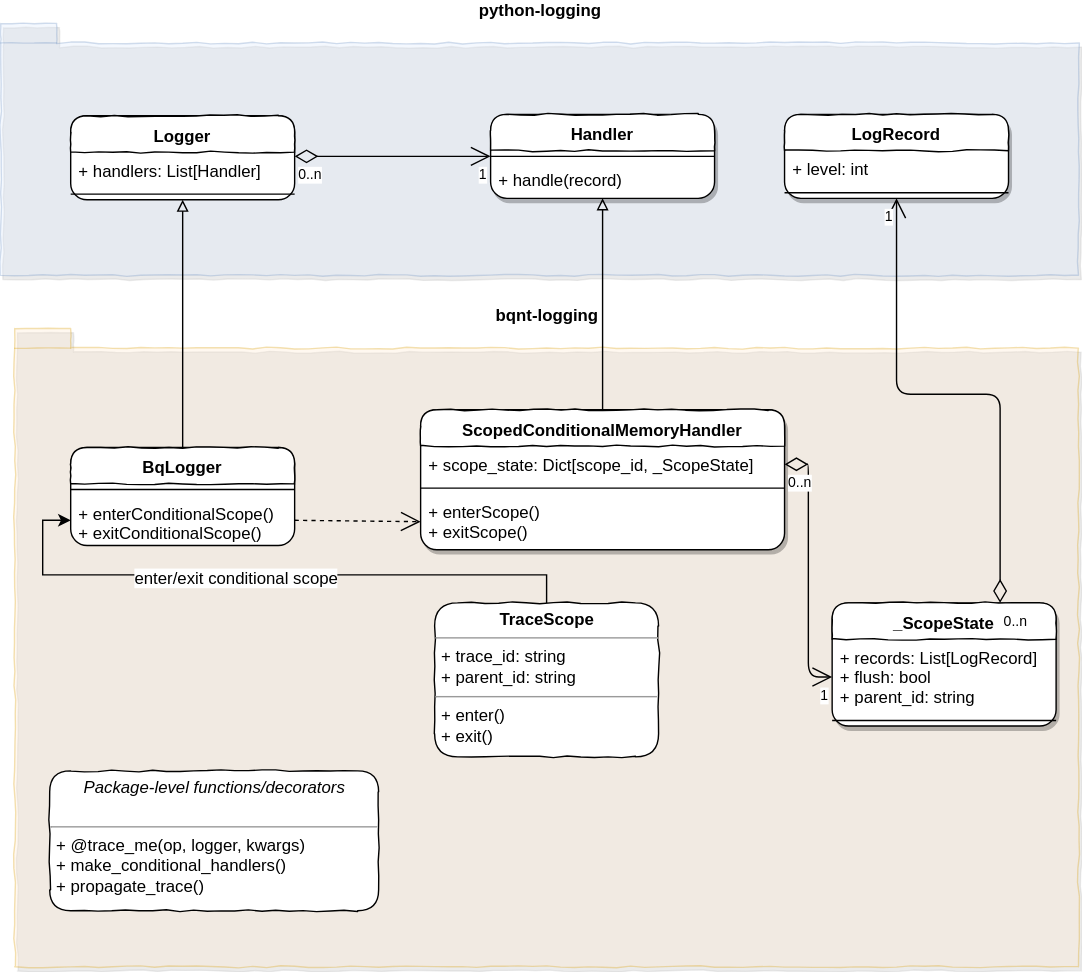
Earlier version of the draw.io export logging_classes.svg (shevelevs/misc). Source tidied: cells renumbered, new cells last; positions are measured from the earlier drawing's top-left corner, leaving out a move shared by most shapes.
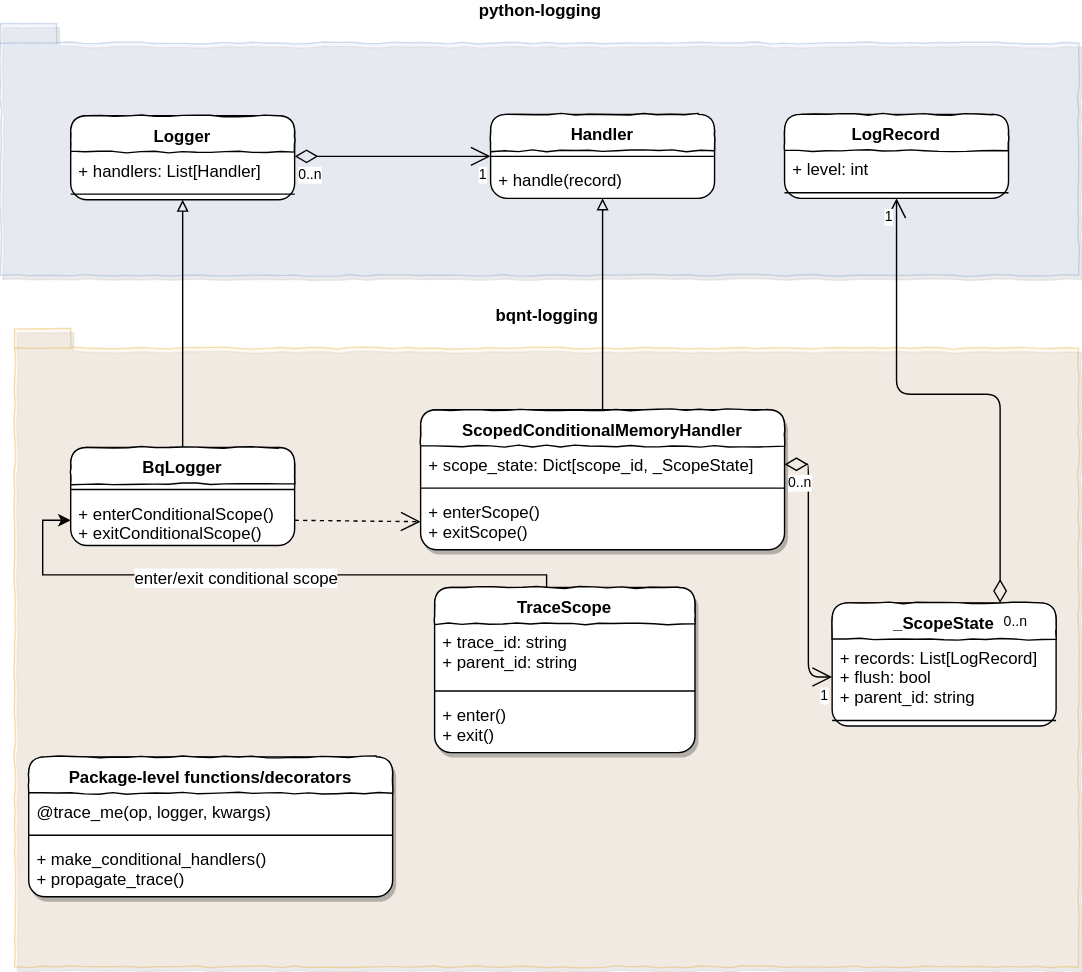
Later version of the same file.

Diff of the diagram source:
```diff
@@ -44,7 +44,7 @@
     <mxCell id="15" value="+ enterScope()&#10;+ exitScope()" style="text;strokeColor=none;fillColor=none;align=left;verticalAlign=top;spacingLeft=4;spacingRight=4;overflow=hidden;points=[[0,0.5],[1,0.5]];portConstraint=eastwest;" parent="12" vertex="1">
       <mxGeometry y="60" width="260" height="40" as="geometry" />
     </mxCell>
-    <mxCell id="16" value="Handler" style="swimlane;fontStyle=1;align=center;verticalAlign=top;horizontal=1;startSize=26;swimlaneFillColor=#ffffff;shadow=1;comic=1;rounded=1;" parent="1" vertex="1">
+    <mxCell id="16" value="Handler" style="swimlane;fontStyle=1;align=center;verticalAlign=top;horizontal=1;startSize=26;swimlaneFillColor=#ffffff;shadow=0;comic=1;rounded=1;" parent="1" vertex="1">
       <mxGeometry x="350" y="65" width="160" height="60" as="geometry" />
     </mxCell>
     <mxCell id="17" style="line;strokeWidth=1;fillColor=none;align=left;verticalAlign=middle;spacingTop=-1;spacingLeft=3;spacingRight=3;labelPosition=right;" parent="16" vertex="1">
@@ -65,7 +65,7 @@
     <mxCell id="22" style="endArrow=open;endSize=12;dashed=1;html=1;entryX=0;entryY=0.5;exitX=1;exitY=0.5;" parent="1" edge="1" source="7" target="15">
       <mxGeometry relative="1" as="geometry" />
     </mxCell>
-    <mxCell id="23" value="_ScopeState" style="swimlane;fontStyle=1;align=center;verticalAlign=top;horizontal=1;startSize=26;swimlaneFillColor=#ffffff;rounded=1;shadow=1;glass=0;comic=1;" parent="1" vertex="1">
+    <mxCell id="23" value="_ScopeState" style="swimlane;fontStyle=1;align=center;verticalAlign=top;horizontal=1;startSize=26;swimlaneFillColor=#ffffff;rounded=1;shadow=0;glass=0;comic=1;" parent="1" vertex="1">
       <mxGeometry x="594" y="414" width="160" height="88" as="geometry" />
     </mxCell>
     <mxCell id="24" value="+ records: List[LogRecord]&#10;+ flush: bool&#10;+ parent_id: string" style="text;strokeColor=none;fillColor=none;align=left;verticalAlign=top;spacingLeft=4;spacingRight=4;overflow=hidden;points=[[0,0.5],[1,0.5]];portConstraint=eastwest;" parent="23" vertex="1">
@@ -83,16 +83,20 @@
     <mxCell id="28" value="1" style="html=1;align=right;verticalAlign=top;labelBackgroundColor=#ffffff;fontSize=10;" parent="26" vertex="1">
       <mxGeometry x="1" relative="1" as="geometry" />
     </mxCell>
-    <mxCell id="29" style="edgeStyle=orthogonalEdgeStyle;rounded=0;comic=0;html=1;exitX=0.5;exitY=0;entryX=0;entryY=0.5;endArrow=classic;endFill=1;jettySize=auto;" parent="1" edge="1" source="31" target="7">
-      <mxGeometry relative="1" as="geometry" />
+    <mxCell id="29" style="edgeStyle=orthogonalEdgeStyle;rounded=0;comic=0;html=1;exitX=0.5;exitY=0;entryX=0;entryY=0.5;endArrow=classic;endFill=1;jettySize=auto;" parent="1" edge="1" target="7">
+      <mxGeometry relative="1" as="geometry">
+        <mxPoint x="390" y="414" as="sourcePoint" />
+      </mxGeometry>
     </mxCell>
     <mxCell id="30" value="enter/exit conditional scope" style="text;html=1;align=center;verticalAlign=middle;labelBackgroundColor=#ffffff;" parent="29" vertex="1">
       <mxGeometry x="0.1" y="1" relative="1" as="geometry" />
     </mxCell>
-    <mxCell id="31" value="&lt;p style=&quot;margin: 0px ; margin-top: 4px ; text-align: center&quot;&gt;&lt;b&gt;TraceScope&lt;/b&gt;&lt;/p&gt;&lt;hr size=&quot;1&quot;&gt;&lt;p style=&quot;margin: 0px ; margin-left: 4px&quot;&gt;+ trace_id: string&lt;br&gt;+ parent_id: string&lt;/p&gt;&lt;hr size=&quot;1&quot;&gt;&lt;p style=&quot;margin: 0px ; margin-left: 4px&quot;&gt;+ enter()&lt;br&gt;+ exit()&lt;/p&gt;" style="verticalAlign=top;align=left;overflow=fill;fontSize=12;fontFamily=Helvetica;html=1;rounded=1;shadow=0;glass=0;comic=1;" parent="1" vertex="1">
-      <mxGeometry x="310" y="414" width="160" height="110" as="geometry" />
-    </mxCell>
+    <mxCell id="39" style="edgeStyle=orthogonalEdgeStyle;rounded=0;comic=0;html=1;exitX=0.5;exitY=0;entryX=0.5;entryY=0;endArrow=classic;endFill=1;jettySize=auto;" parent="1" edge="1" target="44">
+      <mxGeometry relative="1" as="geometry">
+        <mxPoint x="390" y="414" as="sourcePoint" />
+      </mxGeometry>
+    </mxCell>
-    <mxCell id="32" value="LogRecord" style="swimlane;fontStyle=1;align=center;verticalAlign=top;horizontal=1;startSize=26;swimlaneFillColor=#ffffff;rounded=1;shadow=1;glass=0;comic=1;" parent="1" vertex="1">
+    <mxCell id="32" value="LogRecord" style="swimlane;fontStyle=1;align=center;verticalAlign=top;horizontal=1;startSize=26;swimlaneFillColor=#ffffff;rounded=1;shadow=0;glass=0;comic=1;" parent="1" vertex="1">
       <mxGeometry x="560" y="65" width="160" height="60" as="geometry" />
     </mxCell>
     <mxCell id="33" value="+ level: int" style="text;strokeColor=none;fillColor=none;align=left;verticalAlign=top;spacingLeft=4;spacingRight=4;overflow=hidden;" parent="32" vertex="1">
@@ -115,8 +119,29 @@
     <mxCell id="37" value="1" style="html=1;align=right;verticalAlign=top;labelBackgroundColor=#ffffff;fontSize=10;" parent="35" vertex="1">
       <mxGeometry x="1" relative="1" as="geometry" />
     </mxCell>
-    <mxCell id="38" value="&lt;p style=&quot;margin: 0px ; margin-top: 4px ; text-align: center&quot;&gt;&lt;i&gt;Package-level functions/decorators&lt;/i&gt;&lt;/p&gt;&lt;br&gt;&lt;hr size=&quot;1&quot;&gt;&lt;p style=&quot;margin: 0px ; margin-left: 4px&quot;&gt;+ @trace_me(op, logger, kwargs)&lt;/p&gt;&lt;p style=&quot;margin: 0px ; margin-left: 4px&quot;&gt;+ make_conditional_handlers()&lt;br&gt;+ propagate_trace()&lt;/p&gt;" style="verticalAlign=top;align=left;overflow=fill;fontSize=12;fontFamily=Helvetica;html=1;rounded=1;shadow=0;glass=0;comic=1;" parent="1" vertex="1">
-      <mxGeometry x="35" y="534" width="235" height="100" as="geometry" />
-    </mxCell>
+    <mxCell id="40" value="Package-level functions/decorators" style="swimlane;fontStyle=1;align=center;verticalAlign=top;horizontal=1;startSize=26;swimlaneFillColor=#ffffff;shadow=1;comic=1;swimlaneLine=1;glass=0;rounded=1;" parent="1" vertex="1">
+      <mxGeometry x="20" y="524" width="260" height="100" as="geometry" />
+    </mxCell>
+    <mxCell id="41" value="@trace_me(op, logger, kwargs)" style="text;strokeColor=none;fillColor=none;align=left;verticalAlign=top;spacingLeft=4;spacingRight=4;overflow=hidden;" parent="40" vertex="1">
+      <mxGeometry y="26" width="260" height="26" as="geometry" />
+    </mxCell>
+    <mxCell id="42" style="line;strokeWidth=1;fillColor=none;align=left;verticalAlign=middle;spacingTop=-1;spacingLeft=3;spacingRight=3;labelPosition=right;" parent="40" vertex="1">
+      <mxGeometry y="52" width="260" height="8" as="geometry" />
+    </mxCell>
+    <mxCell id="43" value="+ make_conditional_handlers()&#10;+ propagate_trace()" style="text;strokeColor=none;fillColor=none;align=left;verticalAlign=top;spacingLeft=4;spacingRight=4;overflow=hidden;" parent="40" vertex="1">
+      <mxGeometry y="60" width="260" height="40" as="geometry" />
+    </mxCell>
+    <mxCell id="44" value="TraceScope" style="swimlane;fontStyle=1;align=center;verticalAlign=top;horizontal=1;startSize=26;swimlaneFillColor=#ffffff;shadow=1;comic=1;swimlaneLine=1;glass=0;rounded=1;" parent="1" vertex="1">
+      <mxGeometry x="310" y="403" width="186" height="118" as="geometry" />
+    </mxCell>
+    <mxCell id="45" value="+ trace_id: string&#10;+ parent_id: string&#10;" style="text;strokeColor=none;fillColor=none;align=left;verticalAlign=top;spacingLeft=4;spacingRight=4;overflow=hidden;" parent="44" vertex="1">
+      <mxGeometry y="26" width="186" height="44" as="geometry" />
+    </mxCell>
+    <mxCell id="46" style="line;strokeWidth=1;fillColor=none;align=left;verticalAlign=middle;spacingTop=-1;spacingLeft=3;spacingRight=3;labelPosition=right;" parent="44" vertex="1">
+      <mxGeometry y="70" width="186" height="8" as="geometry" />
+    </mxCell>
+    <mxCell id="47" value="+ enter()&#10;+ exit()" style="text;strokeColor=none;fillColor=none;align=left;verticalAlign=top;spacingLeft=4;spacingRight=4;overflow=hidden;" parent="44" vertex="1">
+      <mxGeometry y="78" width="186" height="40" as="geometry" />
+    </mxCell>
   </root>
 </mxGraphModel>
```
